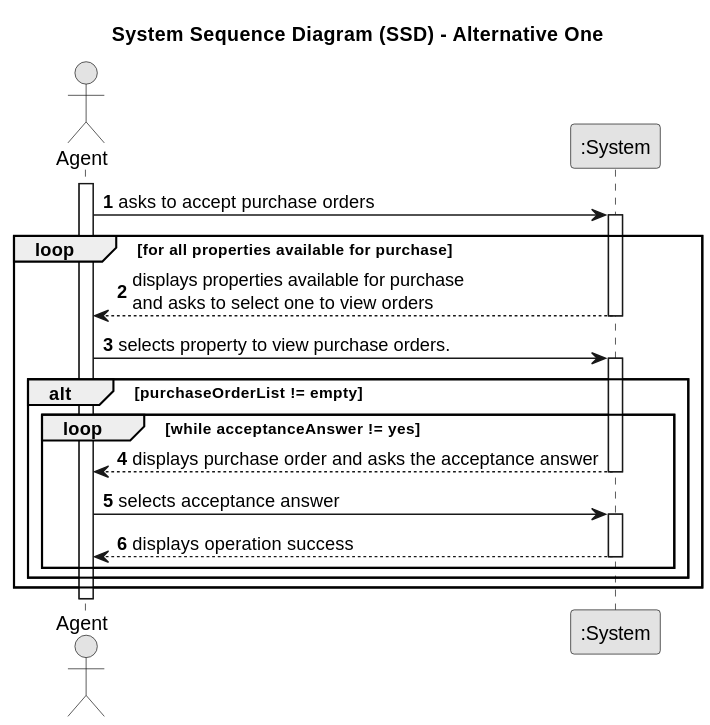
Above: docs/sprintC/us011/01.requirements-engineering/svg/us011-system-sequence-diagram-alternative-one.svg in rita-barbosa/LAPR2-2223 (PlantUML), before the change.
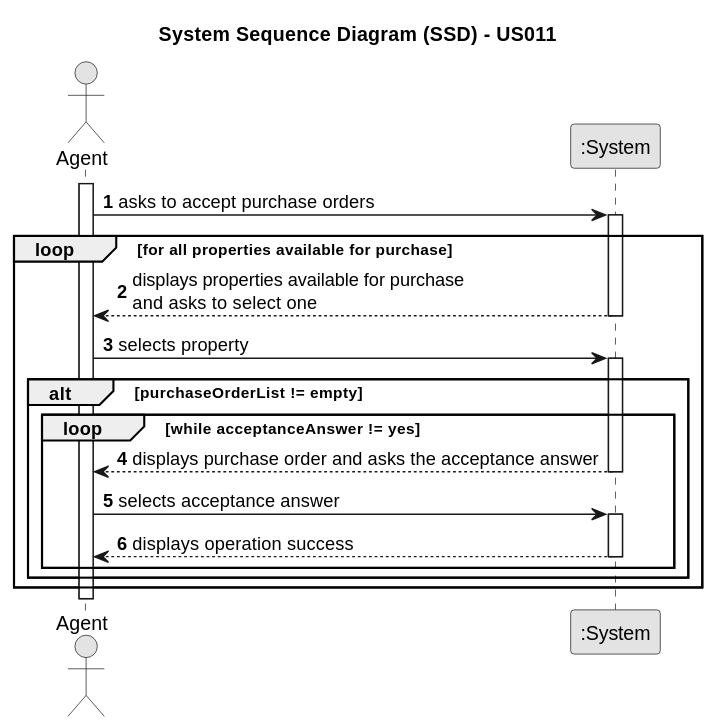
The same diagram one commit later.

Change to the diagram source:
```diff
@@ -3,7 +3,7 @@
 skinparam packageStyle rectangle
 skinparam shadowing false
 
-title System Sequence Diagram (SSD) - Alternative One
+title System Sequence Diagram (SSD) - US011
 
 autonumber
 
@@ -17,10 +17,10 @@
 
     loop for all properties available for purchase
 
-    System --> Agent : displays properties available for purchase \nand asks to select one to view orders
+    System --> Agent : displays properties available for purchase \nand asks to select one
     deactivate System
 
-    Agent -> System : selects property to view purchase orders.
+    Agent -> System : selects property
     activate System
 
     alt purchaseOrderList != empty
```
